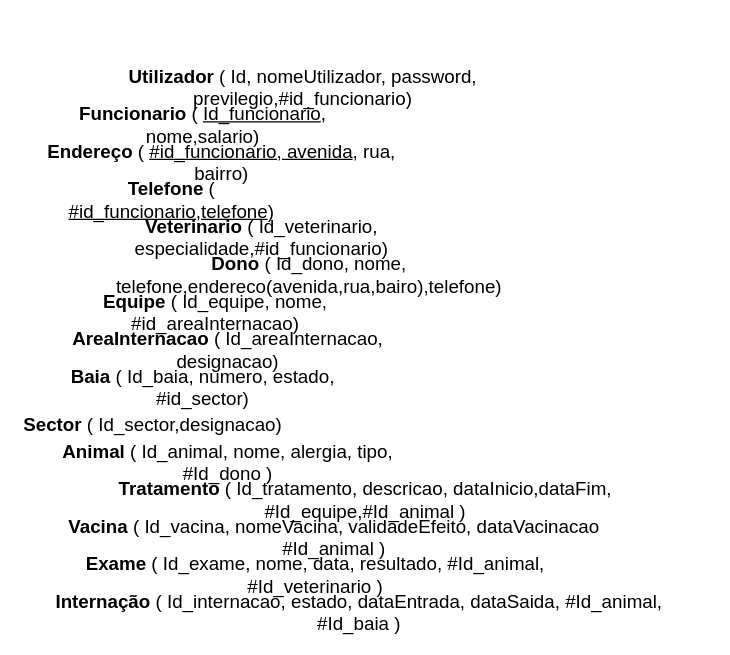
Above: page "Normalização" (3 of 8) of modelagem_banco-de-dados/ClinicaVeterianaria.drawio in JeanJacquesNS/clinica-veterinaria (draw.io), before the change. Source tidied: cells renumbered, new cells numbered last; positions are measured from the earlier drawing's top-left corner, leaving out a move shared by most shapes. Both pictures are drawn from the tidied source at 125%, with x=0, y=0 at pixel (21, 68).
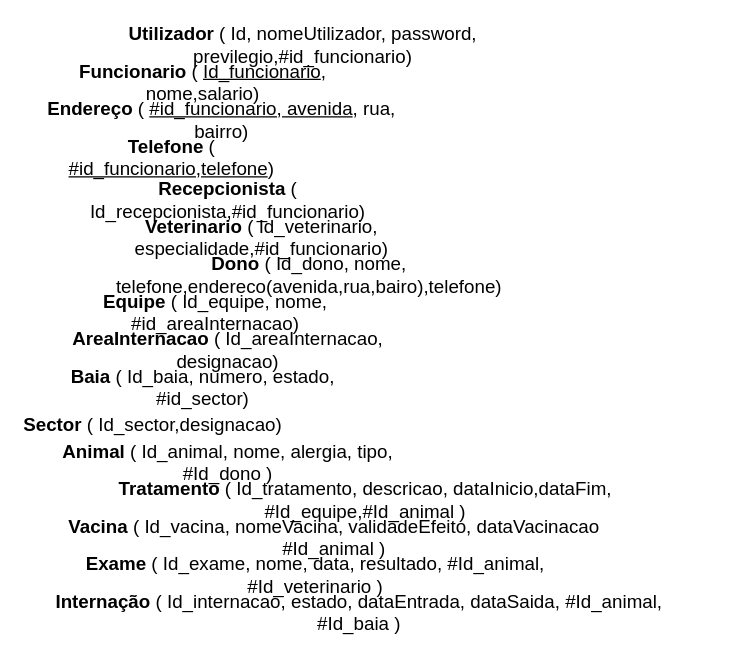
The same page after the edit.

Change to the diagram source:
```diff
@@
 <mxGraphModel>
   <root>
     <mxCell id="0" />
     <mxCell id="1" parent="0" />
     <mxCell id="2" value="&lt;b&gt;Utilizador&lt;/b&gt; ( Id, nomeUtilizador, password, previlegio,#id_funcionario)" style="text;html=1;strokeColor=none;fillColor=none;align=center;verticalAlign=middle;whiteSpace=wrap;rounded=0;fontSize=15;" parent="1" vertex="1">
-      <mxGeometry width="450" height="30" as="geometry" />
+      <mxGeometry y="-34" width="450" height="30" as="geometry" />
     </mxCell>
     <mxCell id="3" value="&lt;b&gt;Funcionario&lt;/b&gt; ( &lt;u&gt;Id_funcionario&lt;/u&gt;, nome,salario)" style="text;html=1;strokeColor=none;fillColor=none;align=center;verticalAlign=middle;whiteSpace=wrap;rounded=0;fontSize=15;" parent="1" vertex="1">
-      <mxGeometry y="30" width="290" height="30" as="geometry" />
+      <mxGeometry y="-4" width="290" height="30" as="geometry" />
     </mxCell>
     <mxCell id="4" value="&lt;b&gt;Dono&lt;/b&gt; ( Id_dono, nome, telefone,endereco(avenida,rua,bairo),telefone)" style="text;html=1;strokeColor=none;fillColor=none;align=center;verticalAlign=middle;whiteSpace=wrap;rounded=0;fontSize=15;" parent="1" vertex="1">
       <mxGeometry y="150" width="460" height="30" as="geometry" />
     </mxCell>
     <mxCell id="5" value="&lt;b&gt;Endereço&lt;/b&gt; ( &lt;u&gt;#id_funcionario, avenida&lt;/u&gt;, rua, bairro)" style="text;html=1;strokeColor=none;fillColor=none;align=center;verticalAlign=middle;whiteSpace=wrap;rounded=0;fontSize=15;" parent="1" vertex="1">
-      <mxGeometry y="60" width="320" height="30" as="geometry" />
+      <mxGeometry y="26" width="320" height="30" as="geometry" />
     </mxCell>
     <mxCell id="6" value="&lt;b&gt;Veterinario&lt;/b&gt; ( Id_veterinario, especialidade,#id_funcionario)" style="text;html=1;strokeColor=none;fillColor=none;align=center;verticalAlign=middle;whiteSpace=wrap;rounded=0;fontSize=15;" parent="1" vertex="1">
       <mxGeometry y="120" width="384" height="30" as="geometry" />
     </mxCell>
     <mxCell id="7" value="&lt;b&gt;Equipe&lt;/b&gt; ( Id_equipe, nome, #id_areaInternacao)" style="text;html=1;strokeColor=none;fillColor=none;align=center;verticalAlign=middle;whiteSpace=wrap;rounded=0;fontSize=15;" parent="1" vertex="1">
       <mxGeometry y="180" width="310" height="30" as="geometry" />
     </mxCell>
     <mxCell id="8" value="&lt;b&gt;AreaInternacao&lt;/b&gt; ( Id_areaInternacao, designacao)" style="text;html=1;strokeColor=none;fillColor=none;align=center;verticalAlign=middle;whiteSpace=wrap;rounded=0;fontSize=15;" parent="1" vertex="1">
       <mxGeometry y="210" width="330" height="30" as="geometry" />
     </mxCell>
     <mxCell id="9" value="&lt;b&gt;Baia&lt;/b&gt; ( Id_baia, numero, estado, #id_sector)" style="text;html=1;strokeColor=none;fillColor=none;align=center;verticalAlign=middle;whiteSpace=wrap;rounded=0;fontSize=15;" parent="1" vertex="1">
       <mxGeometry y="240" width="290" height="30" as="geometry" />
     </mxCell>
     <mxCell id="10" value="&lt;b&gt;Sector&lt;/b&gt; ( Id_sector,designacao)" style="text;html=1;strokeColor=none;fillColor=none;align=center;verticalAlign=middle;whiteSpace=wrap;rounded=0;fontSize=15;" parent="1" vertex="1">
       <mxGeometry y="270" width="210" height="30" as="geometry" />
     </mxCell>
     <mxCell id="11" value="&lt;b&gt;Animal&lt;/b&gt; ( Id_animal, nome, alergia, tipo, #Id_dono )" style="text;html=1;strokeColor=none;fillColor=none;align=center;verticalAlign=middle;whiteSpace=wrap;rounded=0;fontSize=15;" parent="1" vertex="1">
       <mxGeometry y="300" width="330" height="30" as="geometry" />
     </mxCell>
     <mxCell id="12" value="&lt;b&gt;Tratamento&lt;/b&gt; ( Id_tratamento, descricao, dataInicio,dataFim, #Id_equipe,#Id_animal )" style="text;html=1;strokeColor=none;fillColor=none;align=center;verticalAlign=middle;whiteSpace=wrap;rounded=0;fontSize=15;" parent="1" vertex="1">
       <mxGeometry y="330" width="550" height="30" as="geometry" />
     </mxCell>
     <mxCell id="13" value="&lt;b&gt;Vacina&lt;/b&gt; ( Id_vacina, nomeVacina, validadeEfeito, dataVacinacao #Id_animal )" style="text;html=1;strokeColor=none;fillColor=none;align=center;verticalAlign=middle;whiteSpace=wrap;rounded=0;fontSize=15;" parent="1" vertex="1">
       <mxGeometry y="360" width="500" height="30" as="geometry" />
     </mxCell>
     <mxCell id="14" value="&lt;b&gt;Exame&lt;/b&gt; ( Id_exame, nome, data, resultado, #Id_animal, #Id_veterinario )" style="text;html=1;strokeColor=none;fillColor=none;align=center;verticalAlign=middle;whiteSpace=wrap;rounded=0;fontSize=15;" parent="1" vertex="1">
       <mxGeometry y="390" width="470" height="30" as="geometry" />
     </mxCell>
     <mxCell id="15" value="&lt;b&gt;Internação&lt;/b&gt; ( Id_internacao, estado, dataEntrada, dataSaida, #Id_animal, #Id_baia )" style="text;html=1;strokeColor=none;fillColor=none;align=center;verticalAlign=middle;whiteSpace=wrap;rounded=0;fontSize=15;" parent="1" vertex="1">
       <mxGeometry y="420" width="540" height="30" as="geometry" />
     </mxCell>
     <mxCell id="16" value="&lt;b&gt;Telefone&lt;/b&gt; ( &lt;u&gt;#id_funcionario,telefone&lt;/u&gt;)" style="text;html=1;strokeColor=none;fillColor=none;align=center;verticalAlign=middle;whiteSpace=wrap;rounded=0;fontSize=15;" parent="1" vertex="1">
-      <mxGeometry y="90" width="240" height="30" as="geometry" />
+      <mxGeometry y="56" width="240" height="30" as="geometry" />
     </mxCell>
+    <mxCell id="17" value="&lt;b&gt;Recepcionista&lt;/b&gt; ( Id_recepcionista,#id_funcionario)" style="text;html=1;strokeColor=none;fillColor=none;align=center;verticalAlign=middle;whiteSpace=wrap;rounded=0;fontSize=15;" parent="1" vertex="1">
+      <mxGeometry y="90" width="330" height="30" as="geometry" />
+    </mxCell>
   </root>
 </mxGraphModel>
```
